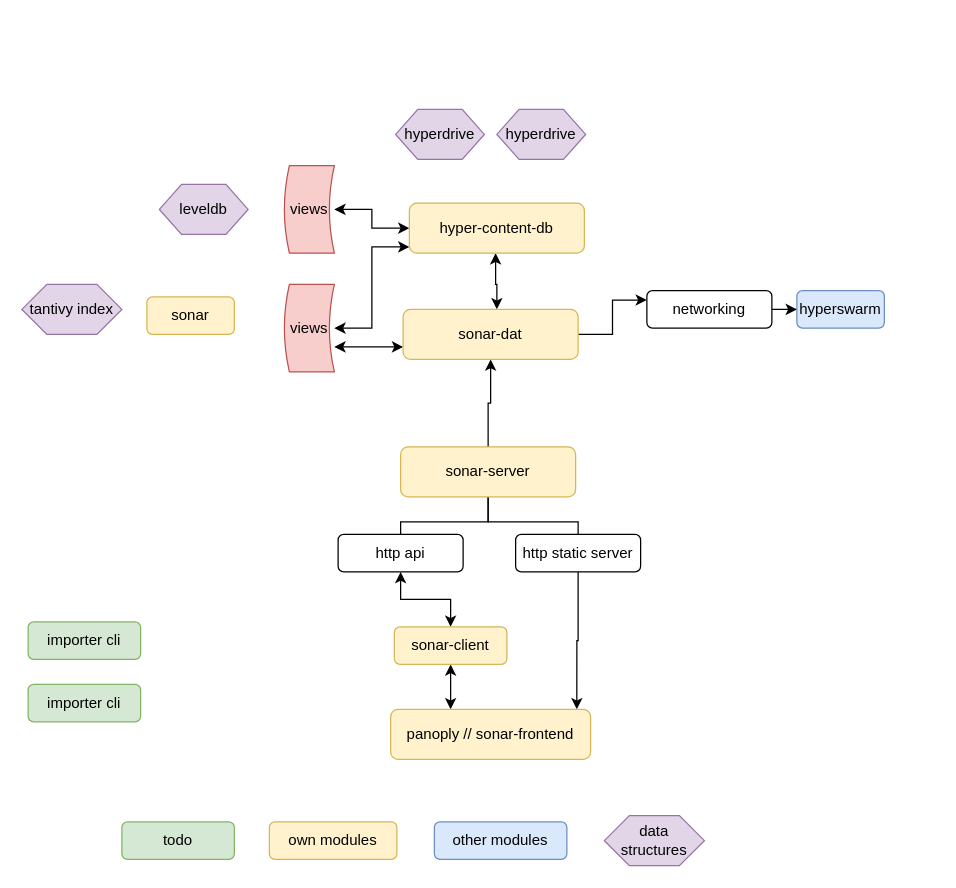
This is page "stack overview" (1 of 3) of assets/sonar-stack.drawio from arso-project/sonar-resources, a draw.io file, before an edit. Source tidied: cells renumbered, new cells numbered last; positions are measured from the earlier drawing's top-left corner, leaving out a move shared by most shapes. Both pictures are drawn from the tidied source at 125%, with x=0, y=0 at pixel (21, 109).
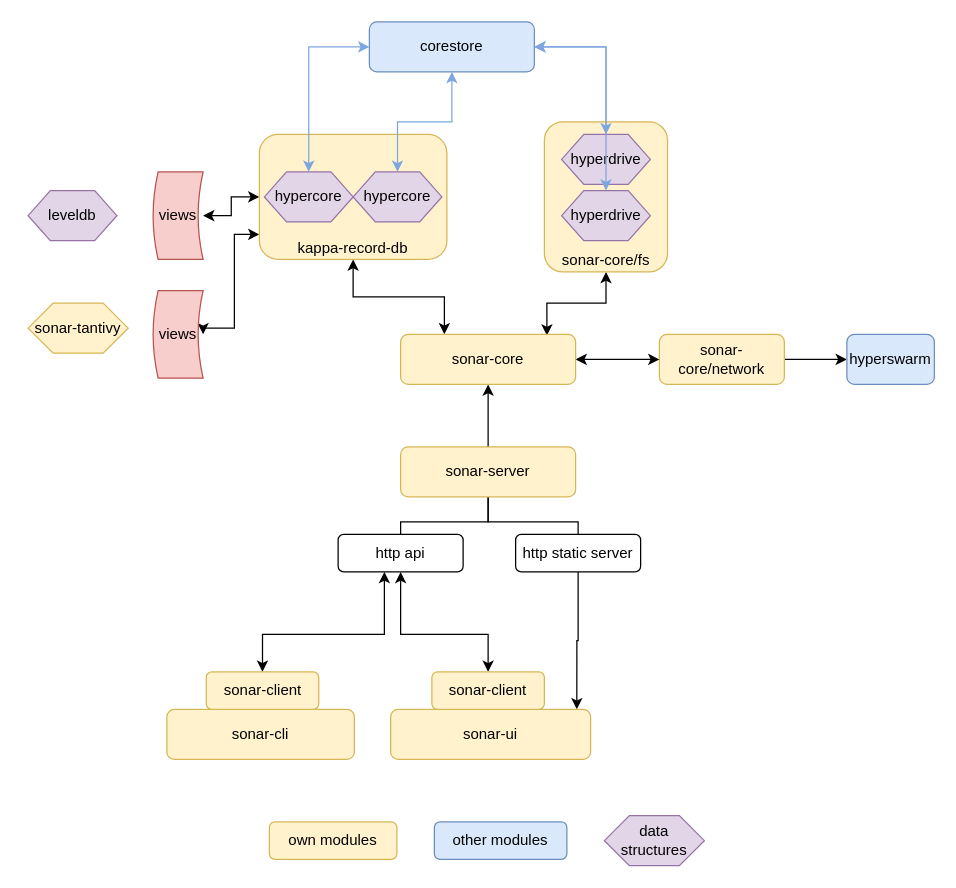
After the change.

The change refers to these unchanged cells:
```xml
<mxCell id="17" value="http api" style="rounded=1;whiteSpace=wrap;html=1;" parent="1" vertex="1">
  <mxGeometry x="253" y="340" width="100" height="30" as="geometry" />
</mxCell>
```

The edit, as a diff of the source:
```diff
@@
-    <mxCell id="2" value="sonar" style="rounded=1;whiteSpace=wrap;html=1;fillColor=#fff2cc;strokeColor=#d6b656;" parent="1" vertex="1">
-      <mxGeometry x="100" y="150" width="70" height="30" as="geometry" />
-    </mxCell>
+    <mxCell id="36" style="edgeStyle=orthogonalEdgeStyle;rounded=0;jettySize=auto;html=1;entryX=0.836;entryY=0.025;entryDx=0;entryDy=0;entryPerimeter=0;startArrow=classic;startFill=1;" parent="1" edge="1" source="37" target="35">
+      <mxGeometry relative="1" as="geometry" />
+    </mxCell>
+    <mxCell id="37" value="&lt;div&gt;sonar-core/fs&lt;/div&gt;" style="rounded=1;whiteSpace=wrap;html=1;labelPosition=center;verticalLabelPosition=middle;align=center;verticalAlign=bottom;fillColor=#fff2cc;strokeColor=#d6b656;" parent="1" vertex="1">
+      <mxGeometry x="418" y="10" width="98.5" height="120" as="geometry" />
+    </mxCell>
@@
+    <mxCell id="5" style="edgeStyle=orthogonalEdgeStyle;rounded=0;jettySize=auto;html=1;entryX=1;entryY=0.5;entryDx=0;entryDy=0;startArrow=classic;startFill=1;" parent="1" edge="1" source="6" target="12">
+      <mxGeometry relative="1" as="geometry">
+        <Array as="points">
+          <mxPoint x="170" y="100" />
+          <mxPoint x="170" y="175" />
+          <mxPoint x="145" y="175" />
+        </Array>
+      </mxGeometry>
+    </mxCell>
-    <mxCell id="4" style="edgeStyle=orthogonalEdgeStyle;rounded=0;jettySize=auto;html=1;startArrow=classic;startFill=1;" parent="1" edge="1" source="6" target="35">
-      <mxGeometry relative="1" as="geometry">
-        <Array as="points">
-          <mxPoint x="379" y="140" />
-          <mxPoint x="380" y="140" />
-        </Array>
-      </mxGeometry>
+    <mxCell id="4" style="edgeStyle=orthogonalEdgeStyle;rounded=0;jettySize=auto;html=1;entryX=0.25;entryY=0;entryDx=0;entryDy=0;startArrow=classic;startFill=1;strokeColor=#000000;" parent="1" edge="1" source="6" target="35">
+      <mxGeometry relative="1" as="geometry" />
     </mxCell>
-    <mxCell id="5" style="edgeStyle=orthogonalEdgeStyle;rounded=0;jettySize=auto;html=1;entryX=1;entryY=0.5;entryDx=0;entryDy=0;startArrow=classic;startFill=1;" parent="1" edge="1" source="6" target="12">
-      <mxGeometry relative="1" as="geometry">
-        <Array as="points">
-          <mxPoint x="280" y="110" />
-          <mxPoint x="280" y="175" />
-        </Array>
-      </mxGeometry>
-    </mxCell>
-    <mxCell id="6" value="hyper-content-db" style="rounded=1;whiteSpace=wrap;html=1;fillColor=#fff2cc;strokeColor=#d6b656;" parent="1" vertex="1">
-      <mxGeometry x="310" y="75" width="140" height="40" as="geometry" />
+    <mxCell id="6" value="kappa-record-db" style="rounded=1;whiteSpace=wrap;html=1;fillColor=#fff2cc;strokeColor=#d6b656;verticalAlign=bottom;" parent="1" vertex="1">
+      <mxGeometry x="190" y="20" width="150" height="100" as="geometry" />
     </mxCell>
     <mxCell id="7" value="views" style="shape=dataStorage;whiteSpace=wrap;html=1;fillColor=#f8cecc;strokeColor=#b85450;" parent="1" vertex="1">
-      <mxGeometry x="210" y="45" width="40" height="70" as="geometry" />
+      <mxGeometry x="105" y="50" width="40" height="70" as="geometry" />
     </mxCell>
@@
     <mxCell id="12" value="views" style="shape=dataStorage;whiteSpace=wrap;html=1;fillColor=#f8cecc;strokeColor=#b85450;" parent="1" vertex="1">
-      <mxGeometry x="210" y="140" width="40" height="70" as="geometry" />
+      <mxGeometry x="105" y="145" width="40" height="70" as="geometry" />
     </mxCell>
@@
-    <mxCell id="14" value="networking" style="rounded=1;whiteSpace=wrap;html=1;" parent="1" vertex="1">
-      <mxGeometry x="500" y="145" width="100" height="30" as="geometry" />
+    <mxCell id="14" value="sonar-core/network" style="rounded=1;whiteSpace=wrap;html=1;fillColor=#fff2cc;strokeColor=#d6b656;" parent="1" vertex="1">
+      <mxGeometry x="510" y="180" width="100" height="40" as="geometry" />
     </mxCell>
     <mxCell id="15" value="hyperswarm" style="rounded=1;whiteSpace=wrap;html=1;fillColor=#dae8fc;strokeColor=#6c8ebf;" parent="1" vertex="1">
-      <mxGeometry x="620" y="145" width="70" height="30" as="geometry" />
+      <mxGeometry x="660" y="180" width="70" height="40" as="geometry" />
     </mxCell>
     <mxCell id="16" style="edgeStyle=orthogonalEdgeStyle;rounded=0;jettySize=auto;html=1;startArrow=classic;startFill=1;" parent="1" edge="1" source="17" target="24">
-      <mxGeometry relative="1" as="geometry" />
+      <mxGeometry relative="1" as="geometry">
+        <Array as="points">
+          <mxPoint x="303" y="420" />
+          <mxPoint x="373" y="420" />
+        </Array>
+      </mxGeometry>
     </mxCell>
@@
-    <mxCell id="20" style="edgeStyle=orthogonalEdgeStyle;rounded=0;jettySize=auto;html=1;startArrow=classic;startFill=1;" parent="1" edge="1" source="21" target="24">
-      <mxGeometry relative="1" as="geometry">
-        <Array as="points">
-          <mxPoint x="343" y="470" />
-          <mxPoint x="343" y="470" />
-        </Array>
-      </mxGeometry>
-    </mxCell>
-    <mxCell id="21" value="panoply // sonar-frontend" style="rounded=1;whiteSpace=wrap;html=1;fillColor=#fff2cc;strokeColor=#d6b656;" parent="1" vertex="1">
+    <mxCell id="21" value="sonar-ui" style="rounded=1;whiteSpace=wrap;html=1;fillColor=#fff2cc;strokeColor=#d6b656;" parent="1" vertex="1">
       <mxGeometry x="295" y="480" width="160" height="40" as="geometry" />
     </mxCell>
-    <mxCell id="22" value="importer cli" style="rounded=1;whiteSpace=wrap;html=1;fillColor=#d5e8d4;strokeColor=#82b366;" parent="1" vertex="1">
-      <mxGeometry x="5" y="410" width="90" height="30" as="geometry" />
-    </mxCell>
-    <mxCell id="23" value="importer cli" style="rounded=1;whiteSpace=wrap;html=1;fillColor=#d5e8d4;strokeColor=#82b366;" parent="1" vertex="1">
-      <mxGeometry x="5" y="460" width="90" height="30" as="geometry" />
-    </mxCell>
     <mxCell id="24" value="sonar-client" style="rounded=1;whiteSpace=wrap;html=1;fillColor=#fff2cc;strokeColor=#d6b656;" parent="1" vertex="1">
-      <mxGeometry x="298" y="414" width="90" height="30" as="geometry" />
+      <mxGeometry x="328" y="450" width="90" height="30" as="geometry" />
     </mxCell>
-    <mxCell id="25" value="todo" style="rounded=1;whiteSpace=wrap;html=1;fillColor=#d5e8d4;strokeColor=#82b366;" parent="1" vertex="1">
-      <mxGeometry x="80" y="570" width="90" height="30" as="geometry" />
-    </mxCell>
@@
     <mxCell id="27" value="hyperdrive" style="shape=hexagon;perimeter=hexagonPerimeter2;whiteSpace=wrap;html=1;fillColor=#e1d5e7;strokeColor=#9673a6;" parent="1" vertex="1">
-      <mxGeometry x="299" width="71" height="40" as="geometry" />
+      <mxGeometry x="431.8" y="65" width="71" height="40" as="geometry" />
     </mxCell>
     <mxCell id="28" value="hyperdrive" style="shape=hexagon;perimeter=hexagonPerimeter2;whiteSpace=wrap;html=1;fillColor=#e1d5e7;strokeColor=#9673a6;" parent="1" vertex="1">
-      <mxGeometry x="380" width="71" height="40" as="geometry" />
+      <mxGeometry x="431.8" y="20" width="71" height="40" as="geometry" />
     </mxCell>
     <mxCell id="29" value="leveldb" style="shape=hexagon;perimeter=hexagonPerimeter2;whiteSpace=wrap;html=1;fillColor=#e1d5e7;strokeColor=#9673a6;" parent="1" vertex="1">
-      <mxGeometry x="110" y="60" width="71" height="40" as="geometry" />
+      <mxGeometry x="5" y="65" width="71" height="40" as="geometry" />
     </mxCell>
-    <mxCell id="30" value="tantivy index" style="shape=hexagon;perimeter=hexagonPerimeter2;whiteSpace=wrap;html=1;fillColor=#e1d5e7;strokeColor=#9673a6;" parent="1" vertex="1">
-      <mxGeometry y="140" width="80" height="40" as="geometry" />
+    <mxCell id="30" value="sonar-tantivy" style="shape=hexagon;perimeter=hexagonPerimeter2;whiteSpace=wrap;html=1;fillColor=#fff2cc;strokeColor=#d6b656;" parent="1" vertex="1">
+      <mxGeometry x="5" y="155" width="80" height="40" as="geometry" />
     </mxCell>
@@
-    <mxCell id="33" style="edgeStyle=orthogonalEdgeStyle;rounded=0;jettySize=auto;html=1;entryX=0;entryY=0.25;entryDx=0;entryDy=0;" parent="1" edge="1" source="35" target="14">
+    <mxCell id="33" style="edgeStyle=orthogonalEdgeStyle;rounded=0;jettySize=auto;html=1;startArrow=classic;startFill=1;" parent="1" edge="1" source="35" target="14">
       <mxGeometry relative="1" as="geometry" />
     </mxCell>
-    <mxCell id="34" style="edgeStyle=orthogonalEdgeStyle;rounded=0;jettySize=auto;html=1;startArrow=classic;startFill=1;" parent="1" edge="1" source="35" target="12">
-      <mxGeometry relative="1" as="geometry">
-        <Array as="points">
-          <mxPoint x="260" y="190" />
-          <mxPoint x="260" y="190" />
-        </Array>
-      </mxGeometry>
-    </mxCell>
-    <mxCell id="35" value="sonar-dat" style="rounded=1;whiteSpace=wrap;html=1;fillColor=#fff2cc;strokeColor=#d6b656;" parent="1" vertex="1">
-      <mxGeometry x="305" y="160" width="140" height="40" as="geometry" />
+    <mxCell id="35" value="sonar-core" style="rounded=1;whiteSpace=wrap;html=1;fillColor=#fff2cc;strokeColor=#d6b656;" parent="1" vertex="1">
+      <mxGeometry x="303" y="180" width="140" height="40" as="geometry" />
     </mxCell>
+    <mxCell id="38" value="&lt;div&gt;hypercore&lt;/div&gt;" style="shape=hexagon;perimeter=hexagonPerimeter2;whiteSpace=wrap;html=1;fillColor=#e1d5e7;strokeColor=#9673a6;" parent="1" vertex="1">
+      <mxGeometry x="194" y="50" width="71" height="40" as="geometry" />
+    </mxCell>
+    <mxCell id="39" value="&lt;div&gt;hypercore&lt;/div&gt;" style="shape=hexagon;perimeter=hexagonPerimeter2;whiteSpace=wrap;html=1;fillColor=#e1d5e7;strokeColor=#9673a6;" parent="1" vertex="1">
+      <mxGeometry x="265" y="50" width="71" height="40" as="geometry" />
+    </mxCell>
+    <mxCell id="40" value="sonar-cli" style="rounded=1;whiteSpace=wrap;html=1;fillColor=#fff2cc;strokeColor=#d6b656;" parent="1" vertex="1">
+      <mxGeometry x="116" y="480" width="150" height="40" as="geometry" />
+    </mxCell>
+    <mxCell id="41" style="edgeStyle=orthogonalEdgeStyle;rounded=0;jettySize=auto;html=1;entryX=0.37;entryY=1;entryDx=0;entryDy=0;entryPerimeter=0;startArrow=classic;startFill=1;" parent="1" edge="1" source="42" target="17">
+      <mxGeometry relative="1" as="geometry">
+        <Array as="points">
+          <mxPoint x="193" y="420" />
+          <mxPoint x="290" y="420" />
+        </Array>
+      </mxGeometry>
+    </mxCell>
+    <mxCell id="42" value="sonar-client" style="rounded=1;whiteSpace=wrap;html=1;fillColor=#fff2cc;strokeColor=#d6b656;" parent="1" vertex="1">
+      <mxGeometry x="147.5" y="450" width="90" height="30" as="geometry" />
+    </mxCell>
+    <mxCell id="43" style="edgeStyle=orthogonalEdgeStyle;rounded=0;jettySize=auto;html=1;entryX=0.5;entryY=0;entryDx=0;entryDy=0;startArrow=classic;startFill=1;strokeColor=#7EA6E0;" parent="1" edge="1" source="47" target="38">
+      <mxGeometry relative="1" as="geometry" />
+    </mxCell>
+    <mxCell id="44" style="edgeStyle=orthogonalEdgeStyle;rounded=0;jettySize=auto;html=1;entryX=0.5;entryY=0;entryDx=0;entryDy=0;startArrow=classic;startFill=1;strokeColor=#7EA6E0;" parent="1" edge="1" source="47" target="39">
+      <mxGeometry relative="1" as="geometry" />
+    </mxCell>
+    <mxCell id="45" style="edgeStyle=orthogonalEdgeStyle;rounded=0;jettySize=auto;html=1;startArrow=classic;startFill=1;strokeColor=#7EA6E0;" parent="1" edge="1" source="47" target="28">
+      <mxGeometry relative="1" as="geometry" />
+    </mxCell>
+    <mxCell id="46" style="edgeStyle=orthogonalEdgeStyle;rounded=0;jettySize=auto;html=1;startArrow=classic;startFill=1;strokeColor=#7EA6E0;" parent="1" edge="1" source="47" target="27">
+      <mxGeometry relative="1" as="geometry" />
+    </mxCell>
+    <mxCell id="47" value="corestore" style="rounded=1;whiteSpace=wrap;html=1;fillColor=#dae8fc;strokeColor=#6c8ebf;" parent="1" vertex="1">
+      <mxGeometry x="278" y="-70" width="132" height="40" as="geometry" />
+    </mxCell>
```
